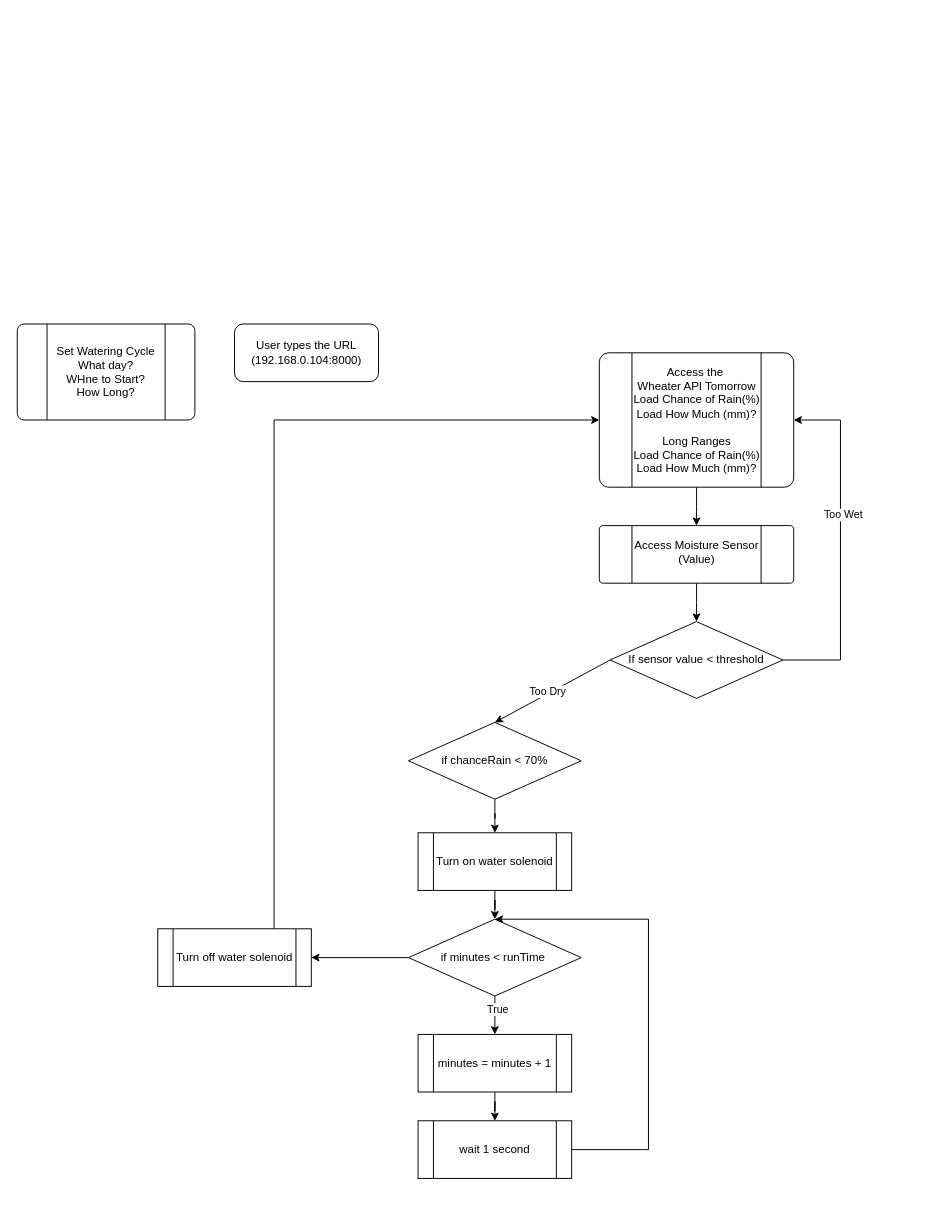
TamaMak/at1 keeps this draw.io diagram as rasPI.drawio. Above is the earlier version. Source tidied: cells renumbered, new cells numbered last; positions are measured from the earlier drawing's top-left corner, leaving out a move shared by most shapes. Both pictures are drawn from the tidied source at 96%, with x=0, y=0 at pixel (16, 324).
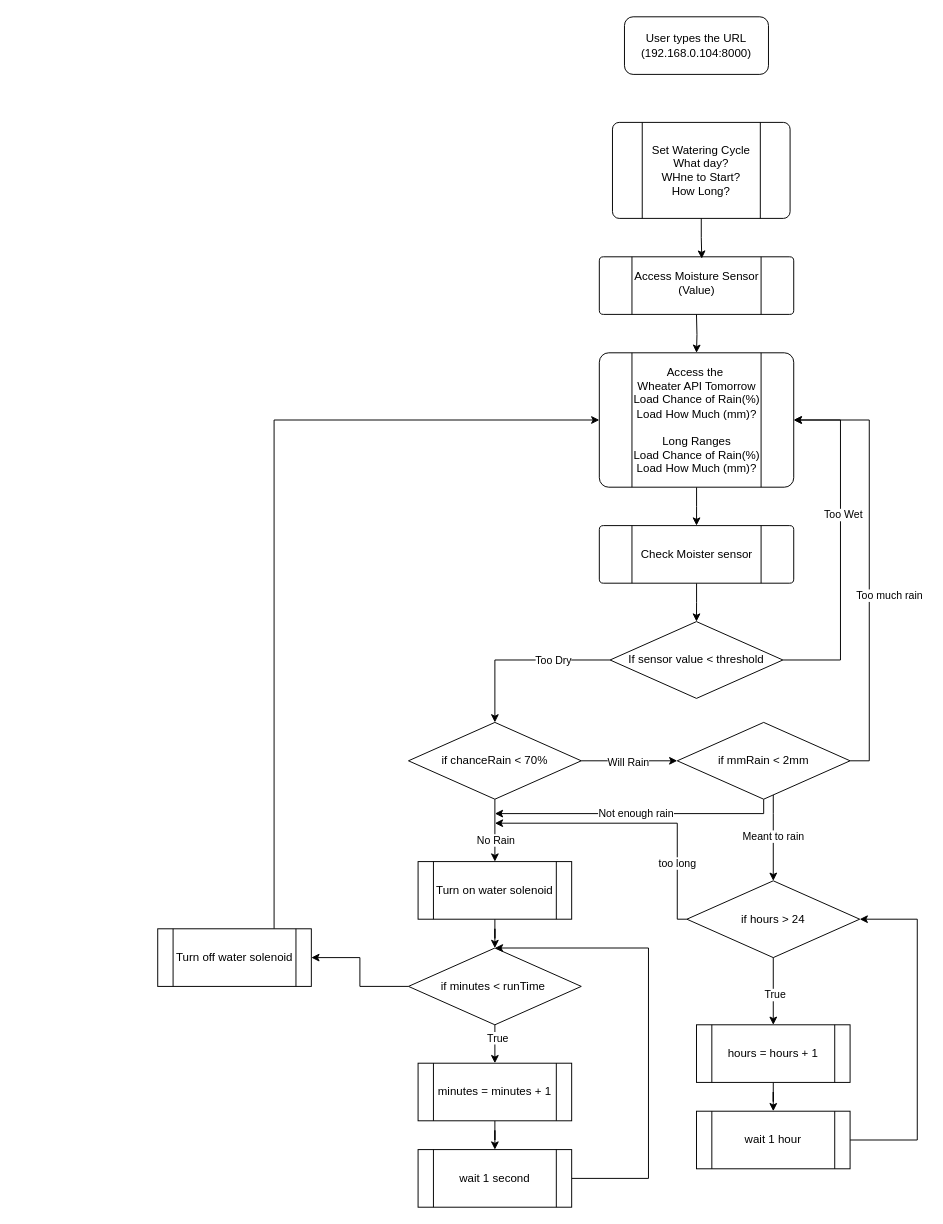
After the change.

Unchanged cells that the change refers to:
```xml
<mxCell id="4" style="verticalLabelPosition=bottom;verticalAlign=top;html=1;shape=process;whiteSpace=wrap;rounded=1;size=0.16666666666666666;arcSize=7;align=center;" parent="3" vertex="1">
  <mxGeometry x="-17.5" width="185" height="100" as="geometry" />
</mxCell>
<mxCell id="7" style="verticalLabelPosition=bottom;verticalAlign=top;html=1;shape=process;whiteSpace=wrap;rounded=1;size=0.16666666666666666;arcSize=7;align=center;" parent="1" vertex="1">
  <mxGeometry x="606.8" y="30" width="202.5" height="140" as="geometry" />
</mxCell>
<mxCell id="16" value="If sensor value &amp;lt; threshold" style="rhombus;whiteSpace=wrap;html=1;" parent="1" vertex="1">
  <mxGeometry x="618" y="310" width="180" height="80" as="geometry" />
</mxCell>
<mxCell id="17" style="edgeStyle=orthogonalEdgeStyle;rounded=0;jettySize=auto;html=1;" parent="1" edge="1" source="18" target="20">
  <mxGeometry relative="1" as="geometry" />
</mxCell>
<mxCell id="18" value="if chanceRain &amp;lt; 70%" style="rhombus;whiteSpace=wrap;html=1;" parent="1" vertex="1">
  <mxGeometry x="408" y="415" width="180" height="80" as="geometry" />
</mxCell>
```

Change to the diagram source:
```diff
@@
     <mxCell id="2" value="User types the URL (192.168.0.104:8000)" style="rounded=1;whiteSpace=wrap;html=1;fontSize=12;glass=0;strokeWidth=1;shadow=0;" parent="1" vertex="1">
-      <mxGeometry x="226.8" width="150" height="60" as="geometry" />
+      <mxGeometry x="633" y="-320" width="150" height="60" as="geometry" />
     </mxCell>
     <mxCell id="3" style="group;" parent="1" vertex="1">
-      <mxGeometry x="18" width="185" height="100" as="geometry" />
+      <mxGeometry x="638" y="-210" width="185" height="100" as="geometry" />
     </mxCell>
@@
-    <mxCell id="11" value="&lt;div&gt;Access Moisture Sensor (Value)&lt;/div&gt;&lt;div&gt;&lt;div&gt;&lt;br&gt;&lt;/div&gt;&lt;/div&gt;" style="text;html=1;align=center;verticalAlign=middle;whiteSpace=wrap;rounded=0;" parent="1" vertex="1">
-      <mxGeometry x="640.5" y="230" width="135" height="30" as="geometry" />
+    <mxCell id="11" value="&lt;div&gt;Check Moister sensor&lt;/div&gt;" style="text;html=1;align=center;verticalAlign=middle;whiteSpace=wrap;rounded=0;" parent="1" vertex="1">
+      <mxGeometry x="640.5" y="225" width="135" height="30" as="geometry" />
     </mxCell>
-    <mxCell id="12" style="rounded=0;jettySize=auto;html=1;exitX=0;exitY=0.5;exitDx=0;exitDy=0;entryX=0.5;entryY=0;entryDx=0;entryDy=0;" parent="1" edge="1" source="16" target="18">
+    <mxCell id="12" style="rounded=0;jettySize=auto;html=1;exitX=0;exitY=0.5;exitDx=0;exitDy=0;entryX=0.5;entryY=0;entryDx=0;entryDy=0;edgeStyle=orthogonalEdgeStyle;" parent="1" edge="1" source="16" target="18">
       <mxGeometry relative="1" as="geometry" />
     </mxCell>
     <mxCell id="13" value="Too Dry" style="edgeLabel;html=1;align=center;verticalAlign=middle;" parent="12" vertex="1">
-      <mxGeometry x="0.07" y="-3" relative="1" as="geometry" />
+      <mxGeometry x="0.07" y="-3" relative="1" as="geometry">
+        <mxPoint x="39" y="3" as="offset" />
+      </mxGeometry>
     </mxCell>
@@
+    <mxCell id="31" value="No Rain" style="edgeLabel;html=1;align=center;verticalAlign=middle;" parent="17" vertex="1">
+      <mxGeometry x="0.29" relative="1" as="geometry" />
+    </mxCell>
+    <mxCell id="32" style="edgeStyle=orthogonalEdgeStyle;rounded=0;jettySize=auto;html=1;entryX=0;entryY=0.5;entryDx=0;entryDy=0;" parent="1" edge="1" source="18" target="39">
+      <mxGeometry relative="1" as="geometry" />
+    </mxCell>
+    <mxCell id="33" value="Will Rain" style="edgeLabel;html=1;align=center;verticalAlign=middle;" parent="32" vertex="1">
+      <mxGeometry x="-0.04" y="-1" relative="1" as="geometry" />
+    </mxCell>
@@
     <mxCell id="20" value="Turn on water solenoid" style="shape=process;whiteSpace=wrap;html=1;backgroundOutline=1;" parent="1" vertex="1">
-      <mxGeometry x="418" y="530" width="160" height="60" as="geometry" />
+      <mxGeometry x="418" y="560" width="160" height="60" as="geometry" />
     </mxCell>
@@
     <mxCell id="24" value="if minutes &amp;lt; runTime&amp;nbsp;" style="rhombus;whiteSpace=wrap;html=1;" parent="1" vertex="1">
-      <mxGeometry x="408" y="620" width="180" height="80" as="geometry" />
+      <mxGeometry x="408" y="650" width="180" height="80" as="geometry" />
     </mxCell>
@@
     <mxCell id="26" value="minutes = minutes + 1" style="shape=process;whiteSpace=wrap;html=1;backgroundOutline=1;" parent="1" vertex="1">
-      <mxGeometry x="418" y="740" width="160" height="60" as="geometry" />
+      <mxGeometry x="418" y="770" width="160" height="60" as="geometry" />
     </mxCell>
     <mxCell id="27" style="edgeStyle=orthogonalEdgeStyle;rounded=0;jettySize=auto;html=1;entryX=0.5;entryY=0;entryDx=0;entryDy=0;" parent="1" edge="1" source="28" target="24">
       <mxGeometry relative="1" as="geometry">
         <Array as="points">
-          <mxPoint x="658" y="860" />
-          <mxPoint x="658" y="620" />
+          <mxPoint x="658" y="890" />
+          <mxPoint x="658" y="650" />
         </Array>
       </mxGeometry>
     </mxCell>
     <mxCell id="28" value="wait 1 second" style="shape=process;whiteSpace=wrap;html=1;backgroundOutline=1;" parent="1" vertex="1">
-      <mxGeometry x="418" y="830" width="160" height="60" as="geometry" />
+      <mxGeometry x="418" y="860" width="160" height="60" as="geometry" />
     </mxCell>
@@
+    <mxCell id="34" value="Not enough rain" style="edgeStyle=orthogonalEdgeStyle;rounded=0;jettySize=auto;html=1;exitX=0.5;exitY=1;exitDx=0;exitDy=0;" parent="1" edge="1" source="39">
+      <mxGeometry relative="1" as="geometry">
+        <mxPoint x="498" y="510" as="targetPoint" />
+        <Array as="points">
+          <mxPoint x="778" y="510" />
+        </Array>
+      </mxGeometry>
+    </mxCell>
+    <mxCell id="35" style="edgeStyle=orthogonalEdgeStyle;rounded=0;jettySize=auto;html=1;entryX=1;entryY=0.5;entryDx=0;entryDy=0;" parent="1" edge="1" source="39" target="7">
+      <mxGeometry relative="1" as="geometry">
+        <Array as="points">
+          <mxPoint x="888" y="455" />
+          <mxPoint x="888" y="100" />
+        </Array>
+      </mxGeometry>
+    </mxCell>
+    <mxCell id="36" value="Too much rain" style="edgeLabel;html=1;align=center;verticalAlign=middle;" parent="35" vertex="1">
+      <mxGeometry x="-0.15" y="2" relative="1" as="geometry">
+        <mxPoint x="22" as="offset" />
+      </mxGeometry>
+    </mxCell>
+    <mxCell id="37" style="edgeStyle=orthogonalEdgeStyle;rounded=0;jettySize=auto;html=1;" parent="1" edge="1" source="39" target="48">
+      <mxGeometry relative="1" as="geometry">
+        <Array as="points">
+          <mxPoint x="788" y="510" />
+          <mxPoint x="788" y="510" />
+        </Array>
+      </mxGeometry>
+    </mxCell>
+    <mxCell id="38" value="Meant to rain" style="edgeLabel;html=1;align=center;verticalAlign=middle;" parent="37" vertex="1">
+      <mxGeometry x="-0.04" y="-1" relative="1" as="geometry" />
+    </mxCell>
+    <mxCell id="39" value="if mmRain &amp;lt; 2mm" style="rhombus;whiteSpace=wrap;html=1;" parent="1" vertex="1">
+      <mxGeometry x="688" y="415" width="180" height="80" as="geometry" />
+    </mxCell>
+    <mxCell id="40" style="verticalLabelPosition=bottom;verticalAlign=top;html=1;shape=process;whiteSpace=wrap;rounded=1;size=0.16666666666666666;arcSize=7;align=center;" parent="1" vertex="1">
+      <mxGeometry x="606.8" y="-70" width="202.5" height="60" as="geometry" />
+    </mxCell>
+    <mxCell id="41" style="edgeStyle=orthogonalEdgeStyle;rounded=0;jettySize=auto;html=1;entryX=0.5;entryY=0;entryDx=0;entryDy=0;" parent="1" edge="1" target="7">
+      <mxGeometry relative="1" as="geometry">
+        <mxPoint x="708" y="-10" as="sourcePoint" />
+      </mxGeometry>
+    </mxCell>
+    <mxCell id="42" value="&lt;div&gt;Access Moisture Sensor (Value)&lt;/div&gt;&lt;div&gt;&lt;div&gt;&lt;br&gt;&lt;/div&gt;&lt;/div&gt;" style="text;html=1;align=center;verticalAlign=middle;whiteSpace=wrap;rounded=0;" parent="1" vertex="1">
+      <mxGeometry x="640.5" y="-50" width="135" height="30" as="geometry" />
+    </mxCell>
+    <mxCell id="43" style="edgeStyle=orthogonalEdgeStyle;rounded=0;jettySize=auto;html=1;entryX=0.527;entryY=0.032;entryDx=0;entryDy=0;entryPerimeter=0;" parent="1" edge="1" source="4" target="40">
+      <mxGeometry relative="1" as="geometry" />
+    </mxCell>
+    <mxCell id="44" style="edgeStyle=orthogonalEdgeStyle;rounded=0;jettySize=auto;html=1;" parent="1" edge="1" source="48">
+      <mxGeometry relative="1" as="geometry">
+        <mxPoint x="788" y="730" as="targetPoint" />
+      </mxGeometry>
+    </mxCell>
+    <mxCell id="45" value="True" style="edgeLabel;html=1;align=center;verticalAlign=middle;" parent="44" vertex="1">
+      <mxGeometry x="0.11" y="1" relative="1" as="geometry" />
+    </mxCell>
+    <mxCell id="46" style="edgeStyle=orthogonalEdgeStyle;rounded=0;jettySize=auto;html=1;" parent="1" edge="1" source="48">
+      <mxGeometry relative="1" as="geometry">
+        <mxPoint x="498" y="520" as="targetPoint" />
+        <Array as="points">
+          <mxPoint x="688" y="620" />
+          <mxPoint x="688" y="520" />
+          <mxPoint x="498" y="520" />
+        </Array>
+      </mxGeometry>
+    </mxCell>
+    <mxCell id="47" value="too long" style="edgeLabel;html=1;align=center;verticalAlign=middle;" parent="46" vertex="1">
+      <mxGeometry x="-0.54" y="1" relative="1" as="geometry" />
+    </mxCell>
+    <mxCell id="48" value="if hours &amp;gt; 24" style="rhombus;whiteSpace=wrap;html=1;" parent="1" vertex="1">
+      <mxGeometry x="698" y="580" width="180" height="80" as="geometry" />
+    </mxCell>
+    <mxCell id="49" style="edgeStyle=orthogonalEdgeStyle;rounded=0;jettySize=auto;html=1;entryX=0.5;entryY=0;entryDx=0;entryDy=0;" parent="1" edge="1" source="50" target="52">
+      <mxGeometry relative="1" as="geometry" />
+    </mxCell>
+    <mxCell id="50" value="hours = hours + 1" style="shape=process;whiteSpace=wrap;html=1;backgroundOutline=1;" parent="1" vertex="1">
+      <mxGeometry x="708" y="730" width="160" height="60" as="geometry" />
+    </mxCell>
+    <mxCell id="51" style="edgeStyle=orthogonalEdgeStyle;rounded=0;jettySize=auto;html=1;entryX=1;entryY=0.5;entryDx=0;entryDy=0;" parent="1" edge="1" source="52" target="48">
+      <mxGeometry relative="1" as="geometry">
+        <Array as="points">
+          <mxPoint x="938" y="850" />
+          <mxPoint x="938" y="620" />
+        </Array>
+      </mxGeometry>
+    </mxCell>
+    <mxCell id="52" value="wait 1 hour" style="shape=process;whiteSpace=wrap;html=1;backgroundOutline=1;" parent="1" vertex="1">
+      <mxGeometry x="708" y="820" width="160" height="60" as="geometry" />
+    </mxCell>
```
